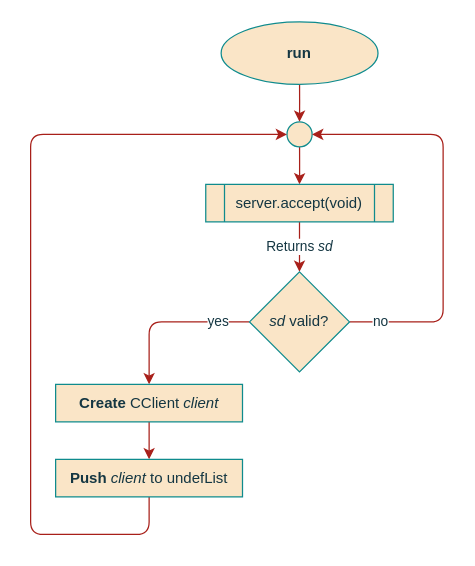
This is page "remSys_run" (5 of 14) of documentation/flowcharts/RS/RS.drawio from ESRGgroup9/slipad, a draw.io file, before an edit. Source tidied: cells renumbered, new cells numbered last; positions are measured from the earlier drawing's top-left corner, leaving out a move shared by most shapes. Both pictures are drawn from the tidied source at 125%, with x=0, y=0 at pixel (30, 21).
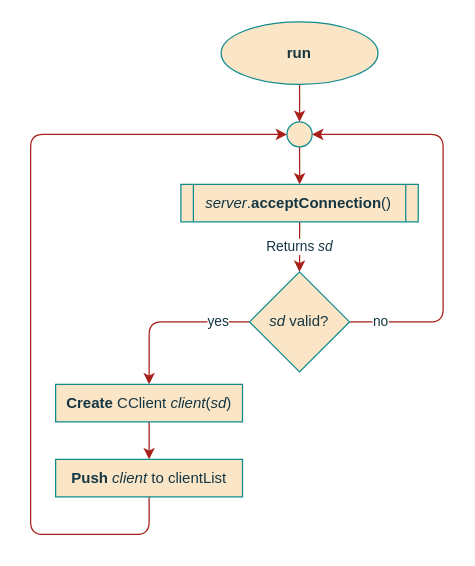
The same page after the edit.

The edit, as a diff of the source:
```diff
@@
 <mxGraphModel>
   <root>
     <mxCell id="0" />
     <mxCell id="1" parent="0" />
     <mxCell id="2" style="edgeStyle=orthogonalEdgeStyle;curved=0;rounded=1;sketch=0;jettySize=auto;html=1;fontColor=#143642;strokeColor=#A8201A;fillColor=#FAE5C7;" parent="1" edge="1" source="3" target="5">
       <mxGeometry relative="1" as="geometry" />
     </mxCell>
     <mxCell id="3" value="&lt;div&gt;run&lt;span style=&quot;font-weight: normal&quot;&gt;&lt;/span&gt;&lt;br&gt;&lt;/div&gt;" style="ellipse;whiteSpace=wrap;html=1;fillColor=#FAE5C7;strokeColor=#0F8B8D;fontColor=#143642;fontStyle=1;" parent="1" vertex="1">
       <mxGeometry x="152.4" width="125.5" height="50" as="geometry" />
     </mxCell>
     <mxCell id="4" style="edgeStyle=orthogonalEdgeStyle;curved=0;rounded=1;sketch=0;jettySize=auto;html=1;fontColor=#143642;strokeColor=#A8201A;fillColor=#FAE5C7;" parent="1" edge="1" source="5" target="7">
       <mxGeometry relative="1" as="geometry" />
     </mxCell>
     <mxCell id="5" style="ellipse;whiteSpace=wrap;html=1;rounded=0;sketch=0;fontColor=#143642;strokeColor=#0F8B8D;fillColor=#FAE5C7;" parent="1" vertex="1">
       <mxGeometry x="205.1" y="80" width="20.1" height="20" as="geometry" />
     </mxCell>
     <mxCell id="6" value="Returns &lt;i&gt;sd&lt;/i&gt;" style="edgeStyle=orthogonalEdgeStyle;curved=0;rounded=1;sketch=0;jettySize=auto;html=1;fontColor=#143642;strokeColor=#A8201A;fillColor=#FAE5C7;" parent="1" edge="1" source="7" target="10">
       <mxGeometry relative="1" as="geometry" />
     </mxCell>
-    <mxCell id="7" value="server.accept(void)" style="shape=process;whiteSpace=wrap;html=1;backgroundOutline=1;rounded=0;sketch=0;fontColor=#143642;strokeColor=#0F8B8D;fillColor=#FAE5C7;fontStyle=0;" parent="1" vertex="1">
-      <mxGeometry x="140.1" y="130" width="150" height="30" as="geometry" />
+    <mxCell id="7" value="&lt;i&gt;server&lt;/i&gt;.&lt;b&gt;acceptConnection&lt;/b&gt;()" style="shape=process;whiteSpace=wrap;html=1;backgroundOutline=1;rounded=0;sketch=0;fontColor=#143642;strokeColor=#0F8B8D;fillColor=#FAE5C7;fontStyle=0;size=0.05492550589281804;" parent="1" vertex="1">
+      <mxGeometry x="120.2" y="130" width="189.9" height="30" as="geometry" />
     </mxCell>
     <mxCell id="8" value="yes" style="edgeStyle=orthogonalEdgeStyle;curved=0;rounded=1;sketch=0;jettySize=auto;html=1;fontColor=#143642;strokeColor=#A8201A;fillColor=#FAE5C7;" parent="1" edge="1" source="10" target="12">
       <mxGeometry x="-0.61" relative="1" as="geometry" />
     </mxCell>
     <mxCell id="9" value="no" style="edgeStyle=orthogonalEdgeStyle;curved=0;rounded=1;sketch=0;jettySize=auto;html=1;entryX=1;entryY=0.5;entryDx=0;entryDy=0;fontColor=#143642;strokeColor=#A8201A;fillColor=#FAE5C7;" parent="1" edge="1" source="10" target="5">
       <mxGeometry x="-0.85" relative="1" as="geometry">
         <Array as="points">
           <mxPoint x="330" y="240" />
           <mxPoint x="330" y="90" />
         </Array>
       </mxGeometry>
     </mxCell>
     <mxCell id="10" value="&lt;i&gt;sd&lt;/i&gt; valid?" style="rhombus;whiteSpace=wrap;html=1;rounded=0;sketch=0;fontColor=#143642;strokeColor=#0F8B8D;fillColor=#FAE5C7;" parent="1" vertex="1">
       <mxGeometry x="175.1" y="200" width="80" height="80" as="geometry" />
     </mxCell>
     <mxCell id="11" style="edgeStyle=orthogonalEdgeStyle;curved=0;rounded=1;sketch=0;jettySize=auto;html=1;fontColor=#143642;strokeColor=#A8201A;fillColor=#FAE5C7;" parent="1" edge="1" source="12" target="14">
       <mxGeometry relative="1" as="geometry" />
     </mxCell>
-    <mxCell id="12" value="&lt;b&gt;Create&lt;/b&gt; CClient &lt;i&gt;client&lt;/i&gt;" style="rounded=0;whiteSpace=wrap;html=1;sketch=0;fontColor=#143642;strokeColor=#0F8B8D;fillColor=#FAE5C7;" parent="1" vertex="1">
+    <mxCell id="12" value="&lt;b&gt;Create&lt;/b&gt; CClient &lt;i&gt;client&lt;/i&gt;(&lt;i&gt;sd&lt;/i&gt;)" style="rounded=0;whiteSpace=wrap;html=1;sketch=0;fontColor=#143642;strokeColor=#0F8B8D;fillColor=#FAE5C7;" parent="1" vertex="1">
       <mxGeometry x="20" y="290" width="149.5" height="30" as="geometry" />
     </mxCell>
     <mxCell id="13" style="edgeStyle=orthogonalEdgeStyle;curved=0;rounded=1;sketch=0;jettySize=auto;html=1;entryX=0;entryY=0.5;entryDx=0;entryDy=0;fontColor=#143642;strokeColor=#A8201A;fillColor=#FAE5C7;" parent="1" edge="1" source="14" target="5">
       <mxGeometry relative="1" as="geometry">
         <Array as="points">
           <mxPoint x="95" y="410" />
           <mxPoint y="410" />
           <mxPoint y="90" />
         </Array>
       </mxGeometry>
     </mxCell>
-    <mxCell id="14" value="&lt;b&gt;Push &lt;/b&gt;&lt;i&gt;client &lt;/i&gt;to undefList" style="rounded=0;whiteSpace=wrap;html=1;sketch=0;fontColor=#143642;strokeColor=#0F8B8D;fillColor=#FAE5C7;" parent="1" vertex="1">
+    <mxCell id="14" value="&lt;b&gt;Push &lt;/b&gt;&lt;i&gt;client &lt;/i&gt;to clientList" style="rounded=0;whiteSpace=wrap;html=1;sketch=0;fontColor=#143642;strokeColor=#0F8B8D;fillColor=#FAE5C7;" parent="1" vertex="1">
       <mxGeometry x="20" y="350" width="149.5" height="30" as="geometry" />
     </mxCell>
   </root>
 </mxGraphModel>
```
